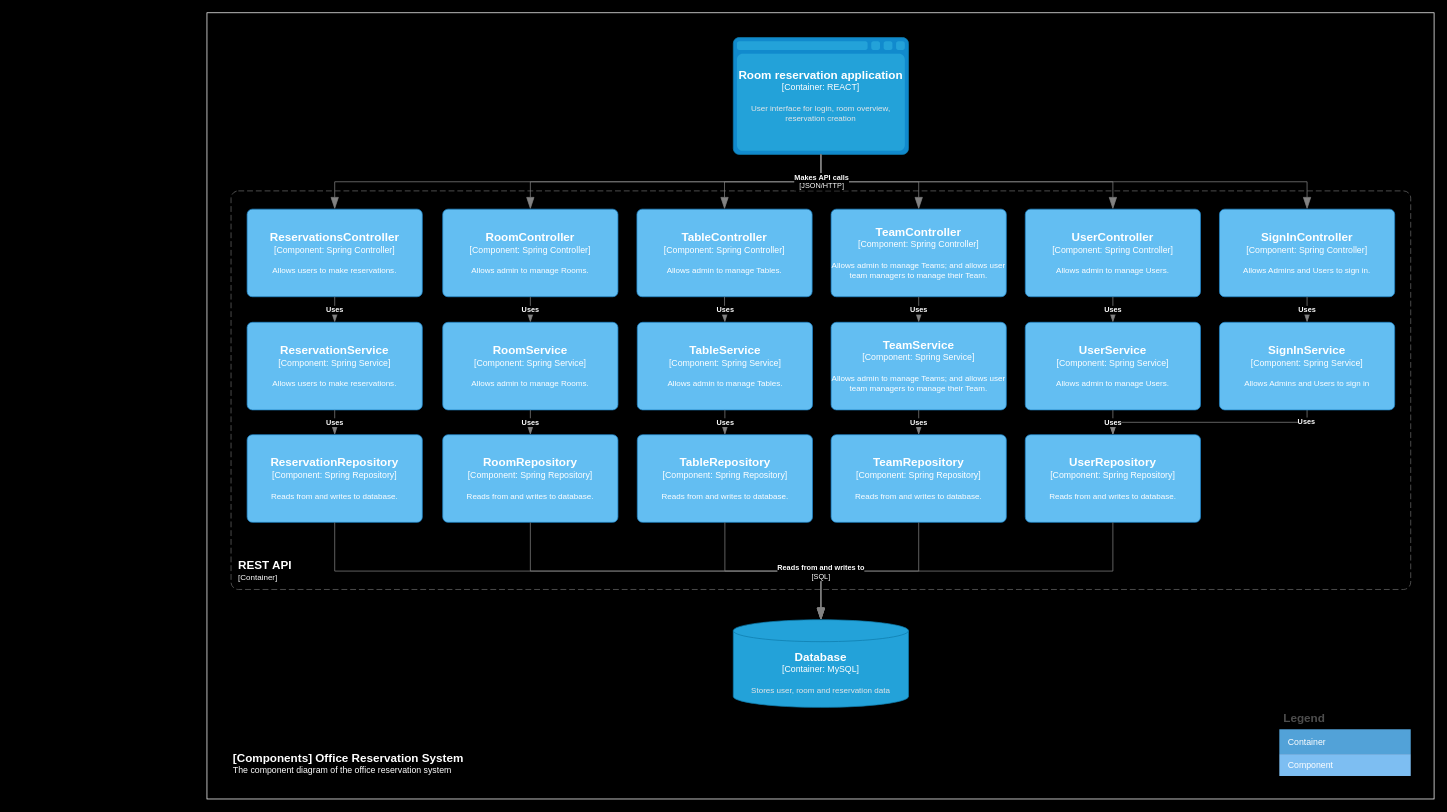
Before: page "C3" (3 of 3) of documentation/software-architecture-document/c4-model.drawio in LeHoangNhatMinh14/office-reservation-system, a draw.io diagram. Source tidied: cells renumbered, new cells numbered last; positions are measured from the earlier drawing's top-left corner, leaving out a move shared by most shapes. Both pictures are drawn from the tidied source at 73%, with x=0, y=0 at pixel (207, 12).
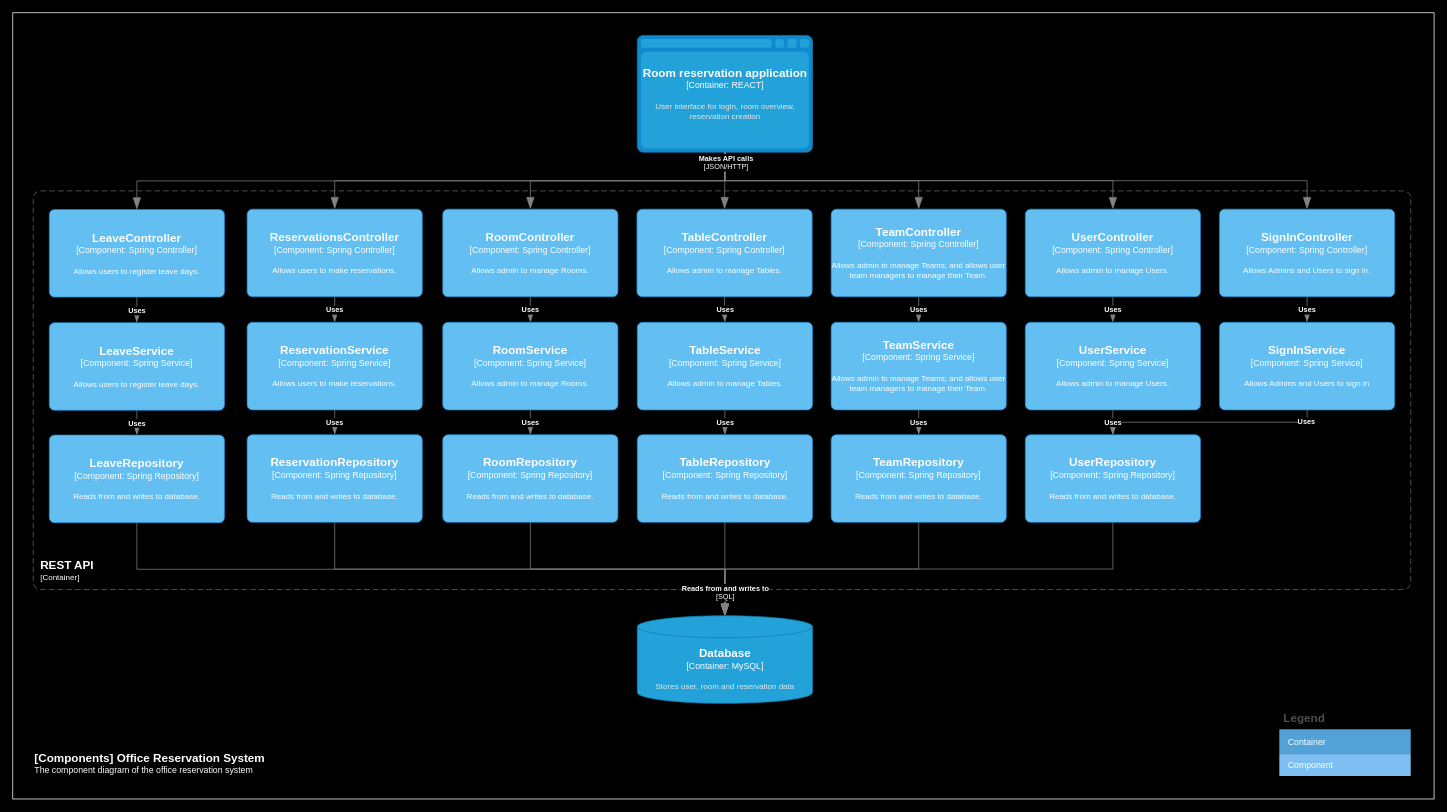
After the change.

Diff of the diagram source:
```diff
@@
     <mxCell id="2" style="rounded=0;whiteSpace=wrap;html=1;fillColor=#000000;strokeColor=#FFFFFF;" parent="1" vertex="1">
-      <mxGeometry width="1681" height="1077" as="geometry" />
+      <mxGeometry x="-266" width="1947" height="1077" as="geometry" />
     </mxCell>
     <object id="3" label="&lt;font style=&quot;font-size: 16px&quot;&gt;&lt;b&gt;%c4Name%&lt;/b&gt;&lt;/font&gt;&lt;div&gt;[%c4Type%:&amp;nbsp;%c4Technology%]&lt;/div&gt;&lt;br&gt;&lt;div&gt;&lt;font style=&quot;font-size: 11px&quot;&gt;&lt;font color=&quot;#E6E6E6&quot;&gt;%c4Description%&lt;/font&gt;&lt;/div&gt;" c4Description="User interface for login, room overview, reservation creation" c4Name="Room reservation application" c4Technology="REACT" c4Type="Container" placeholders="1">
       <mxCell style="shape=mxgraph.c4.webBrowserContainer2;whiteSpace=wrap;html=1;boundedLbl=1;rounded=0;labelBackgroundColor=none;strokeColor=#118ACD;fillColor=#23A2D9;strokeColor=#118ACD;strokeColor2=#0E7DAD;fontSize=12;fontColor=#ffffff;align=center;points=[[0.5,0,0],[1,0.25,0],[1,0.5,0],[1,0.75,0],[0.5,1,0],[0,0.75,0],[0,0.5,0],[0,0.25,0]];" parent="1" vertex="1">
-        <mxGeometry x="721" y="34" width="240" height="160" as="geometry" />
+        <mxGeometry x="589.5" y="31" width="240" height="160" as="geometry" />
       </mxCell>
     </object>
     <object id="4" label="&lt;font style=&quot;font-size: 16px&quot;&gt;&lt;b&gt;%c4Name%&lt;/b&gt;&lt;/font&gt;&lt;div&gt;[%c4Type%:&amp;nbsp;%c4Technology%]&lt;/div&gt;&lt;br&gt;&lt;div&gt;&lt;font style=&quot;font-size: 11px&quot;&gt;&lt;font color=&quot;#E6E6E6&quot;&gt;%c4Description%&lt;/font&gt;&lt;/div&gt;" c4Description="Stores user, room and reservation data" c4Name="Database" c4Technology="MySQL" c4Type="Container" placeholders="1">
       <mxCell style="shape=cylinder3;size=15;whiteSpace=wrap;html=1;boundedLbl=1;rounded=0;labelBackgroundColor=none;fillColor=#23A2D9;fontSize=12;fontColor=#ffffff;align=center;strokeColor=#0E7DAD;points=[[0.5,0,0],[1,0.25,0],[1,0.5,0],[1,0.75,0],[0.5,1,0],[0,0.75,0],[0,0.5,0],[0,0.25,0]];" parent="1" vertex="1">
-        <mxGeometry x="721" y="831.5" width="240" height="120" as="geometry" />
+        <mxGeometry x="589.5" y="826" width="240" height="120" as="geometry" />
       </mxCell>
     </object>
     <object id="5" label="&lt;font style=&quot;font-size: 16px&quot;&gt;&lt;b&gt;&lt;div style=&quot;text-align: left&quot;&gt;%c4Name%&lt;/div&gt;&lt;/b&gt;&lt;/font&gt;&lt;div style=&quot;text-align: left&quot;&gt;%c4Description%&lt;/div&gt;" c4Description="The component diagram of the office reservation system" c4Name="[Components] Office Reservation System" placeholders="1">
       <mxCell style="text;html=1;strokeColor=none;fillColor=none;align=left;verticalAlign=top;whiteSpace=wrap;rounded=0;fontColor=#FFFFFF;" parent="1" vertex="1">
-        <mxGeometry x="34" y="1005" width="367" height="40" as="geometry" />
+        <mxGeometry x="-238" y="1005" width="367" height="40" as="geometry" />
       </mxCell>
     </object>
@@
     <object id="11" label="&lt;font style=&quot;font-size: 16px&quot;&gt;&lt;b&gt;&lt;div style=&quot;text-align: left&quot;&gt;%c4Name%&lt;/div&gt;&lt;/b&gt;&lt;/font&gt;&lt;div style=&quot;text-align: left&quot;&gt;[%c4Application%]&lt;/div&gt;" c4Application="Container" c4Name="REST API" placeholders="1">
       <mxCell style="rounded=1;fontSize=11;whiteSpace=wrap;html=1;dashed=1;arcSize=20;fillColor=none;strokeColor=#666666;fontColor=#FFFFFF;labelBackgroundColor=none;align=left;verticalAlign=bottom;labelBorderColor=none;spacingTop=0;spacing=10;dashPattern=8 4;perimeter=rectanglePerimeter;labelPadding=0;absoluteArcSize=1;" parent="1" vertex="1">
-        <mxGeometry x="33" y="244" width="1616" height="546" as="geometry" />
+        <mxGeometry x="-238" y="244" width="1887" height="546" as="geometry" />
       </mxCell>
     </object>
@@
+    <mxCell id="53" style="endArrow=blockThin;html=1;fontSize=10;fontColor=#404040;strokeWidth=1;endFill=1;strokeColor=#828282;elbow=vertical;endSize=14;startSize=14;jumpStyle=arc;jumpSize=16;rounded=0;edgeStyle=orthogonalEdgeStyle;exitX=0.5;exitY=1;exitDx=0;exitDy=0;exitPerimeter=0;entryX=0.5;entryY=0;entryDx=0;entryDy=0;entryPerimeter=0;" parent="1" edge="1" source="3" target="55">
+      <mxGeometry relative="1" as="geometry" />
+    </mxCell>
@@
+    <mxCell id="54" style="endArrow=blockThin;html=1;fontSize=10;fontColor=#404040;strokeWidth=1;endFill=1;strokeColor=#828282;elbow=vertical;endSize=14;startSize=14;jumpStyle=arc;jumpSize=16;rounded=0;edgeStyle=orthogonalEdgeStyle;exitX=0.5;exitY=1;exitDx=0;exitDy=0;exitPerimeter=0;entryX=0.5;entryY=0;entryDx=0;entryDy=0;entryPerimeter=0;" parent="1" edge="1" source="57" target="4">
+      <mxGeometry relative="1" as="geometry" />
+    </mxCell>
@@
+    <object id="55" label="&lt;font style=&quot;font-size: 16px&quot;&gt;&lt;b&gt;%c4Name%&lt;/b&gt;&lt;/font&gt;&lt;div&gt;[%c4Type%: %c4Technology%]&lt;/div&gt;&lt;br&gt;&lt;div&gt;&lt;font style=&quot;font-size: 11px&quot;&gt;%c4Description%&lt;/font&gt;&lt;/div&gt;" c4Description="Allows users to register leave days." c4Name="LeaveController" c4Technology="Spring Controller" c4Type="Component" placeholders="1">
+      <mxCell style="rounded=1;whiteSpace=wrap;html=1;labelBackgroundColor=none;fillColor=#63BEF2;fontColor=#ffffff;align=center;arcSize=6;strokeColor=#2086C9;points=[[0.25,0,0],[0.5,0,0],[0.75,0,0],[1,0.25,0],[1,0.5,0],[1,0.75,0],[0.75,1,0],[0.5,1,0],[0.25,1,0],[0,0.75,0],[0,0.5,0],[0,0.25,0]];" parent="1" vertex="1">
+        <mxGeometry x="-216" y="269.5" width="240" height="120" as="geometry" />
+      </mxCell>
+    </object>
+    <object id="56" label="&lt;font style=&quot;font-size: 16px&quot;&gt;&lt;b&gt;%c4Name%&lt;/b&gt;&lt;/font&gt;&lt;div&gt;[%c4Type%: %c4Technology%]&lt;/div&gt;&lt;br&gt;&lt;div&gt;&lt;font style=&quot;font-size: 11px&quot;&gt;%c4Description%&lt;/font&gt;&lt;/div&gt;" c4Description="Allows users to register leave days." c4Name="LeaveService" c4Technology="Spring Service" c4Type="Component" placeholders="1">
+      <mxCell style="rounded=1;whiteSpace=wrap;html=1;labelBackgroundColor=none;fillColor=#63BEF2;fontColor=#ffffff;align=center;arcSize=6;strokeColor=#2086C9;points=[[0.25,0,0],[0.5,0,0],[0.75,0,0],[1,0.25,0],[1,0.5,0],[1,0.75,0],[0.75,1,0],[0.5,1,0],[0.25,1,0],[0,0.75,0],[0,0.5,0],[0,0.25,0]];" parent="1" vertex="1">
+        <mxGeometry x="-216" y="424.5" width="240" height="120" as="geometry" />
+      </mxCell>
+    </object>
+    <object id="57" label="&lt;font style=&quot;font-size: 16px&quot;&gt;&lt;b&gt;%c4Name%&lt;/b&gt;&lt;/font&gt;&lt;div&gt;[%c4Type%: %c4Technology%]&lt;/div&gt;&lt;br&gt;&lt;div&gt;&lt;font style=&quot;font-size: 11px&quot;&gt;%c4Description%&lt;/font&gt;&lt;/div&gt;" c4Description="Reads from and writes to database." c4Name="LeaveRepository" c4Technology="Spring Repository" c4Type="Component" placeholders="1">
+      <mxCell style="rounded=1;whiteSpace=wrap;html=1;labelBackgroundColor=none;fillColor=#63BEF2;fontColor=#ffffff;align=center;arcSize=6;strokeColor=#2086C9;points=[[0.25,0,0],[0.5,0,0],[0.75,0,0],[1,0.25,0],[1,0.5,0],[1,0.75,0],[0.75,1,0],[0.5,1,0],[0.25,1,0],[0,0.75,0],[0,0.5,0],[0,0.25,0]];" parent="1" vertex="1">
+        <mxGeometry x="-216" y="578.5" width="240" height="120" as="geometry" />
+      </mxCell>
+    </object>
+    <object id="58" label="&lt;div style=&quot;text-align: left&quot;&gt;&lt;div style=&quot;text-align: center&quot;&gt;&lt;b&gt;%c4Description%&lt;/b&gt;&lt;/div&gt;&lt;/div&gt;" c4Description="Uses" placeholders="1">
+      <mxCell style="endArrow=blockThin;html=1;fontSize=10;fontColor=#FFFFFF;strokeWidth=1;endFill=1;strokeColor=#828282;elbow=vertical;endSize=14;startSize=14;jumpStyle=arc;jumpSize=16;rounded=0;edgeStyle=orthogonalEdgeStyle;exitX=0.5;exitY=1;exitDx=0;exitDy=0;exitPerimeter=0;entryX=0.5;entryY=0;entryDx=0;entryDy=0;entryPerimeter=0;labelBackgroundColor=#000000;" parent="1" edge="1" source="56" target="57">
+        <mxGeometry relative="1" as="geometry" />
+      </mxCell>
+    </object>
+    <object id="59" label="&lt;div style=&quot;text-align: left&quot;&gt;&lt;div style=&quot;text-align: center&quot;&gt;&lt;b&gt;%c4Description%&lt;/b&gt;&lt;/div&gt;&lt;/div&gt;" c4Description="Uses" placeholders="1">
+      <mxCell style="endArrow=blockThin;html=1;fontSize=10;fontColor=#FFFFFF;strokeWidth=1;endFill=1;strokeColor=#828282;elbow=vertical;endSize=14;startSize=14;jumpStyle=arc;jumpSize=16;rounded=0;edgeStyle=orthogonalEdgeStyle;exitX=0.5;exitY=1;exitDx=0;exitDy=0;exitPerimeter=0;entryX=0.5;entryY=0;entryDx=0;entryDy=0;entryPerimeter=0;labelBackgroundColor=#000000;" parent="1" edge="1" source="55" target="56">
+        <mxGeometry relative="1" as="geometry" />
+      </mxCell>
+    </object>
```
